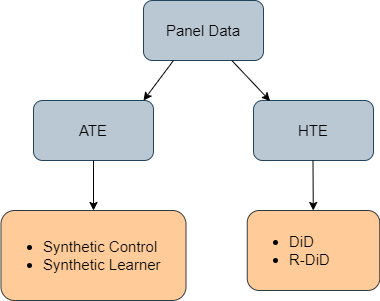
Earlier version of the draw.io export CEL-PanelData.png (CausalDM/Causal-Decision-Making). Source tidied: cells renumbered, new cells last; positions are measured from the earlier drawing's top-left corner, leaving out a move shared by most shapes. Source of this version:
```xml
<mxGraphModel>
  <root>
    <mxCell id="0" />
    <mxCell id="1" parent="0" />
    <mxCell id="2" value="&lt;font style=&quot;font-size: 15px;&quot;&gt;ATE&lt;/font&gt;" style="rounded=1;whiteSpace=wrap;html=1;fillColor=#bac8d3;strokeColor=#23445d;" parent="1" vertex="1">
      <mxGeometry x="32" y="100" width="120" height="60" as="geometry" />
    </mxCell>
    <mxCell id="3" style="endArrow=none;html=1;rounded=0;fontSize=15;strokeWidth=1;startArrow=none;" parent="1" edge="1" source="4">
      <mxGeometry relative="1" as="geometry">
        <mxPoint x="292" y="130" as="targetPoint" />
      </mxGeometry>
    </mxCell>
    <mxCell id="4" value="&lt;span style=&quot;font-size: 15px;&quot;&gt;HTE&lt;/span&gt;" style="rounded=1;whiteSpace=wrap;html=1;fillColor=#bac8d3;strokeColor=#23445d;" parent="1" vertex="1">
      <mxGeometry x="252" y="100" width="120" height="60" as="geometry" />
    </mxCell>
    <mxCell id="5" style="endArrow=classic;html=1;rounded=0;strokeWidth=1;fontSize=15;exitX=0.5;exitY=1;exitDx=0;exitDy=0;" parent="1" edge="1" source="2">
      <mxGeometry relative="1" as="geometry">
        <mxPoint x="92" y="210" as="targetPoint" />
      </mxGeometry>
    </mxCell>
    <mxCell id="6" style="endArrow=classic;html=1;rounded=0;strokeWidth=1;fontSize=15;exitX=0.5;exitY=1;exitDx=0;exitDy=0;" parent="1" edge="1">
      <mxGeometry x="-1" y="110" relative="1" as="geometry">
        <mxPoint x="311.5" y="160" as="sourcePoint" />
        <mxPoint x="311.8" y="210" as="targetPoint" />
      </mxGeometry>
    </mxCell>
    <mxCell id="7" value="&lt;font style=&quot;font-size: 15px;&quot;&gt;Panel Data&lt;/font&gt;" style="rounded=1;whiteSpace=wrap;html=1;fillColor=#bac8d3;strokeColor=#23445d;" parent="1" vertex="1">
      <mxGeometry x="142" width="120" height="60" as="geometry" />
    </mxCell>
    <mxCell id="8" style="endArrow=classic;html=1;rounded=0;strokeWidth=1;fontSize=15;exitX=0.25;exitY=1;exitDx=0;exitDy=0;" parent="1" edge="1" source="7">
      <mxGeometry x="-1" y="67" relative="1" as="geometry">
        <mxPoint x="142" y="100" as="targetPoint" />
        <mxPoint x="-37" y="-60" as="offset" />
      </mxGeometry>
    </mxCell>
    <mxCell id="9" style="endArrow=classic;html=1;rounded=0;strokeWidth=1;fontSize=15;entryX=0.138;entryY=0.008;entryDx=0;entryDy=0;entryPerimeter=0;" parent="1" edge="1" source="7" target="4">
      <mxGeometry x="-1" y="67" relative="1" as="geometry">
        <mxPoint x="-37" y="-60" as="offset" />
      </mxGeometry>
    </mxCell>
    <mxCell id="10" value="&lt;ul&gt;&lt;li style=&quot;&quot;&gt;DiD&lt;/li&gt;&lt;li style=&quot;&quot;&gt;R-DiD&lt;/li&gt;&lt;/ul&gt;" style="rounded=1;whiteSpace=wrap;html=1;fontSize=15;fillColor=#ffcc99;strokeColor=#36393d;align=left;" parent="1" vertex="1">
      <mxGeometry x="245.8" y="210" width="132.5" height="80" as="geometry" />
    </mxCell>
    <mxCell id="11" value="&lt;ul&gt;&lt;li style=&quot;&quot;&gt;Synthetic Control&lt;/li&gt;&lt;li style=&quot;&quot;&gt;Synthetic Learner&lt;/li&gt;&lt;/ul&gt;" style="rounded=1;whiteSpace=wrap;html=1;fontSize=15;fillColor=#ffcc99;strokeColor=#36393d;align=left;" parent="1" vertex="1">
      <mxGeometry x="-0.5" y="210" width="185" height="90" as="geometry" />
    </mxCell>
  </root>
</mxGraphModel>
```
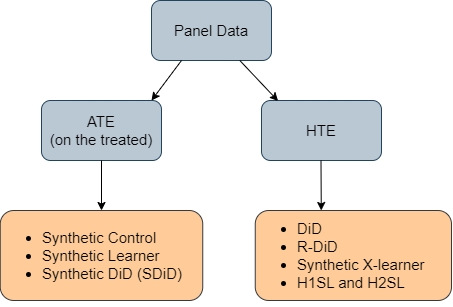
After the commit.

The edit, as a diff of the source:
```diff
@@ -2,7 +2,7 @@
   <root>
     <mxCell id="0" />
     <mxCell id="1" parent="0" />
-    <mxCell id="2" value="&lt;font style=&quot;font-size: 15px;&quot;&gt;ATE&lt;/font&gt;" style="rounded=1;whiteSpace=wrap;html=1;fillColor=#bac8d3;strokeColor=#23445d;" parent="1" vertex="1">
+    <mxCell id="2" value="&lt;font style=&quot;font-size: 15px;&quot;&gt;ATE &lt;br&gt;(on the treated)&lt;/font&gt;" style="rounded=1;whiteSpace=wrap;html=1;fillColor=#bac8d3;strokeColor=#23445d;" parent="1" vertex="1">
       <mxGeometry x="32" y="100" width="120" height="60" as="geometry" />
     </mxCell>
     <mxCell id="3" style="endArrow=none;html=1;rounded=0;fontSize=15;strokeWidth=1;startArrow=none;" parent="1" edge="1" source="4">
@@ -38,11 +38,11 @@
         <mxPoint x="-37" y="-60" as="offset" />
       </mxGeometry>
     </mxCell>
-    <mxCell id="10" value="&lt;ul&gt;&lt;li style=&quot;&quot;&gt;DiD&lt;/li&gt;&lt;li style=&quot;&quot;&gt;R-DiD&lt;/li&gt;&lt;/ul&gt;" style="rounded=1;whiteSpace=wrap;html=1;fontSize=15;fillColor=#ffcc99;strokeColor=#36393d;align=left;" parent="1" vertex="1">
-      <mxGeometry x="245.8" y="210" width="132.5" height="80" as="geometry" />
+    <mxCell id="10" value="&lt;ul&gt;&lt;li style=&quot;&quot;&gt;DiD&lt;/li&gt;&lt;li style=&quot;&quot;&gt;R-DiD&lt;/li&gt;&lt;li style=&quot;&quot;&gt;Synthetic X-learner&lt;/li&gt;&lt;li style=&quot;&quot;&gt;H1SL and H2SL&lt;br&gt;&lt;/li&gt;&lt;/ul&gt;" style="rounded=1;whiteSpace=wrap;html=1;fontSize=15;fillColor=#ffcc99;strokeColor=#36393d;align=left;" parent="1" vertex="1">
+      <mxGeometry x="245.8" y="210" width="196.2" height="90" as="geometry" />
     </mxCell>
-    <mxCell id="11" value="&lt;ul&gt;&lt;li style=&quot;&quot;&gt;Synthetic Control&lt;/li&gt;&lt;li style=&quot;&quot;&gt;Synthetic Learner&lt;/li&gt;&lt;/ul&gt;" style="rounded=1;whiteSpace=wrap;html=1;fontSize=15;fillColor=#ffcc99;strokeColor=#36393d;align=left;" parent="1" vertex="1">
-      <mxGeometry x="-0.5" y="210" width="185" height="90" as="geometry" />
+    <mxCell id="11" value="&lt;ul&gt;&lt;li style=&quot;&quot;&gt;Synthetic Control&lt;/li&gt;&lt;li style=&quot;&quot;&gt;Synthetic Learner&lt;/li&gt;&lt;li style=&quot;&quot;&gt;Synthetic DiD (SDiD)&lt;/li&gt;&lt;/ul&gt;" style="rounded=1;whiteSpace=wrap;html=1;fontSize=15;fillColor=#ffcc99;strokeColor=#36393d;align=left;" parent="1" vertex="1">
+      <mxGeometry x="-9.2" y="210" width="202.5" height="90" as="geometry" />
     </mxCell>
   </root>
 </mxGraphModel>
```
